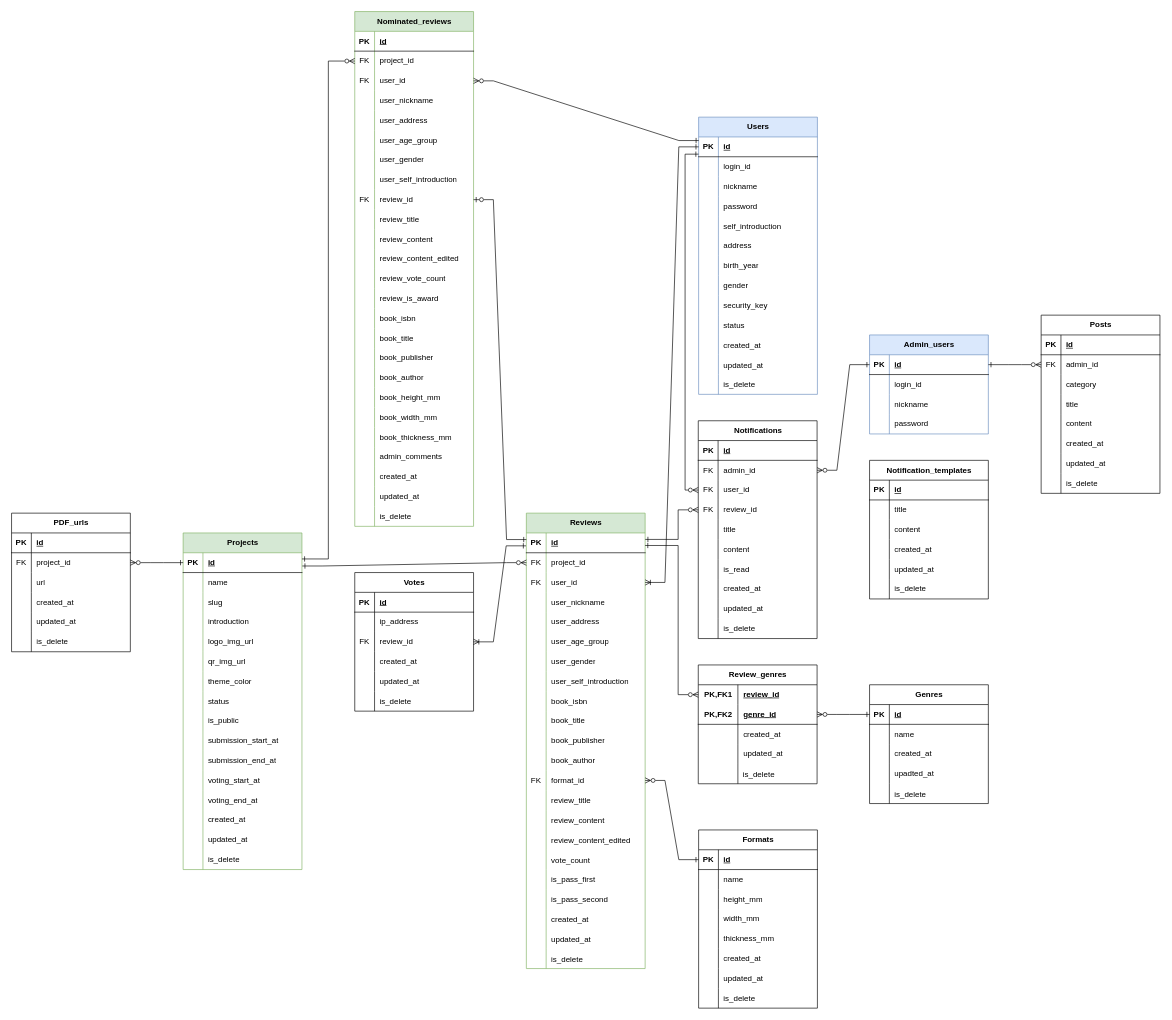
Before: ER図.drawio in knagaki1225/zoutohana-documentation, a draw.io diagram. Source tidied: cells renumbered, new cells numbered last; positions are measured from the earlier drawing's top-left corner, leaving out a move shared by most shapes. Both pictures are drawn from the tidied source at 66%, with x=0, y=0 at pixel (11, 11).
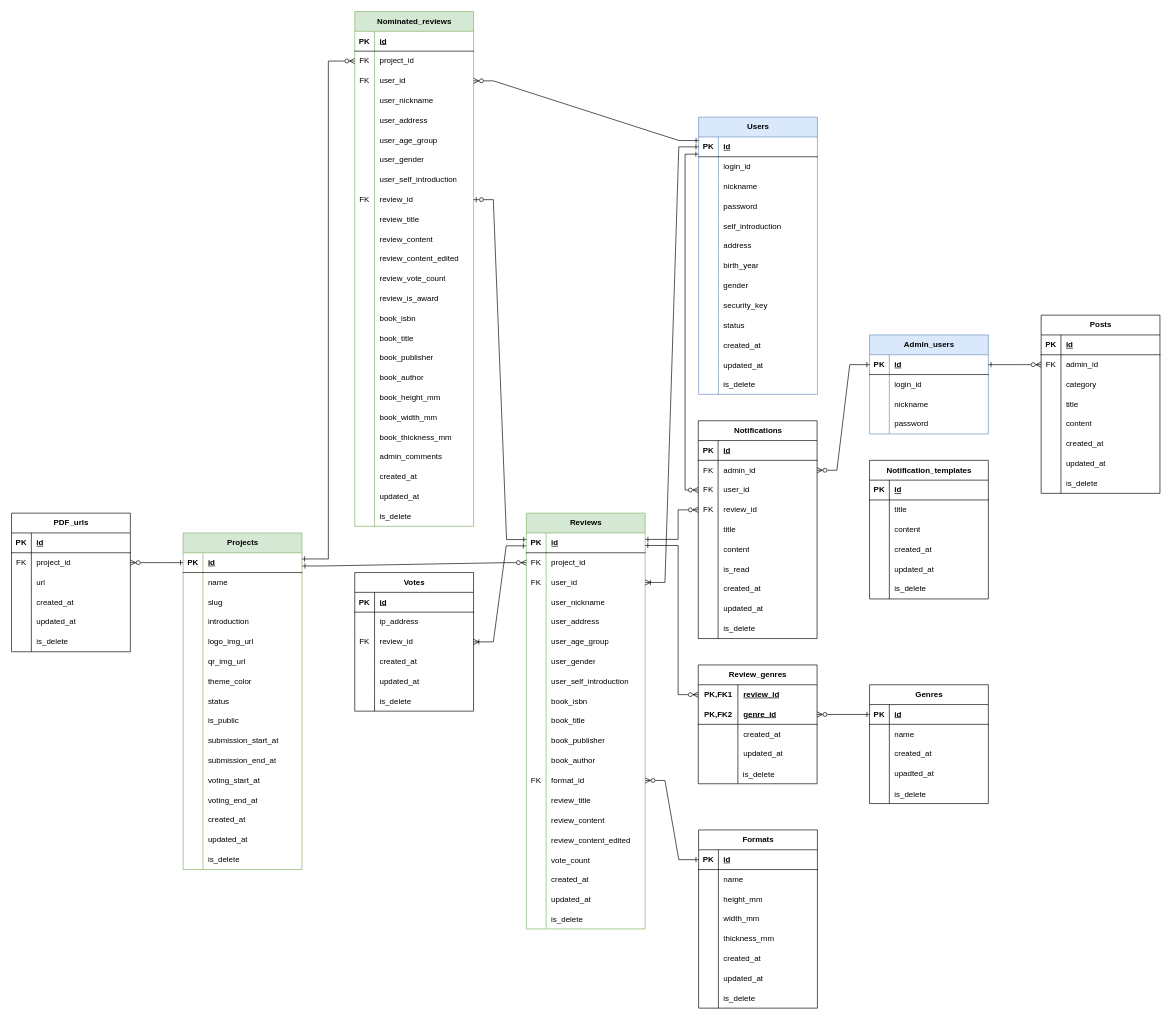
After the change.

Diff of the diagram source:
```diff
@@
     <mxCell id="83" value="Reviews" style="shape=table;startSize=30;childLayout=tableLayout;rowLines=0;fontStyle=1;align=center;html=1;fillColor=#d5e8d4;strokeColor=#82b366;" parent="1" vertex="1">
-      <mxGeometry x="780" y="760" width="180" height="690" as="geometry" />
+      <mxGeometry x="780" y="760" width="180" height="630" as="geometry" />
     </mxCell>
@@
-    <mxCell id="135" style="shape=tableRow;horizontal=0;startSize=0;swimlaneHead=0;swimlaneBody=0;fillColor=none;top=0;left=0;right=0;bottom=0;" parent="83" vertex="1">
-      <mxGeometry y="540" width="180" height="30" as="geometry" />
-    </mxCell>
-    <mxCell id="136" style="shape=partialRectangle;fillColor=none;top=0;left=0;bottom=0;right=0;overflow=hidden;" parent="135" vertex="1">
-      <mxGeometry width="30" height="30" as="geometry" />
-    </mxCell>
-    <mxCell id="137" value="is_pass_first" style="shape=partialRectangle;fillColor=none;top=0;left=0;bottom=0;right=0;align=left;spacingLeft=6;overflow=hidden;" parent="135" vertex="1">
-      <mxGeometry x="30" width="150" height="30" as="geometry" />
-    </mxCell>
-    <mxCell id="138" style="shape=tableRow;horizontal=0;startSize=0;swimlaneHead=0;swimlaneBody=0;fillColor=none;top=0;left=0;right=0;bottom=0;" parent="83" vertex="1">
-      <mxGeometry y="570" width="180" height="30" as="geometry" />
-    </mxCell>
-    <mxCell id="139" style="shape=partialRectangle;fillColor=none;top=0;left=0;bottom=0;right=0;overflow=hidden;" parent="138" vertex="1">
-      <mxGeometry width="30" height="30" as="geometry" />
-    </mxCell>
-    <mxCell id="140" value="is_pass_second" style="shape=partialRectangle;fillColor=none;top=0;left=0;bottom=0;right=0;align=left;spacingLeft=6;overflow=hidden;" parent="138" vertex="1">
-      <mxGeometry x="30" width="150" height="30" as="geometry" />
-    </mxCell>
     <mxCell id="141" style="shape=tableRow;horizontal=0;startSize=0;swimlaneHead=0;swimlaneBody=0;fillColor=none;top=0;left=0;right=0;bottom=0;" parent="83" vertex="1">
-      <mxGeometry y="600" width="180" height="30" as="geometry" />
+      <mxGeometry y="540" width="180" height="30" as="geometry" />
     </mxCell>
@@
     <mxCell id="144" style="shape=tableRow;horizontal=0;startSize=0;swimlaneHead=0;swimlaneBody=0;fillColor=none;top=0;left=0;right=0;bottom=0;" parent="83" vertex="1">
-      <mxGeometry y="630" width="180" height="30" as="geometry" />
+      <mxGeometry y="570" width="180" height="30" as="geometry" />
     </mxCell>
@@
     <mxCell id="147" style="shape=tableRow;horizontal=0;startSize=0;swimlaneHead=0;swimlaneBody=0;fillColor=none;top=0;left=0;right=0;bottom=0;" parent="83" vertex="1">
-      <mxGeometry y="660" width="180" height="30" as="geometry" />
+      <mxGeometry y="600" width="180" height="30" as="geometry" />
     </mxCell>
```
